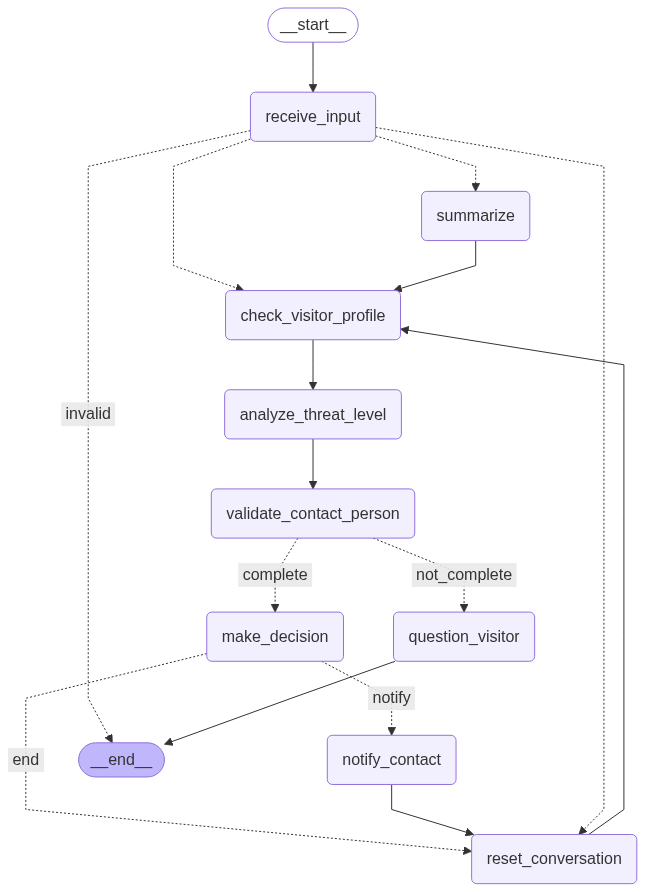
Before: text_agent/security_gate_diagram.png, a diagram exported from Mermaid (01HakanGunes/gatekeeper). Its source is kept beside it as text_agent/security_gate_diagram.mmd.
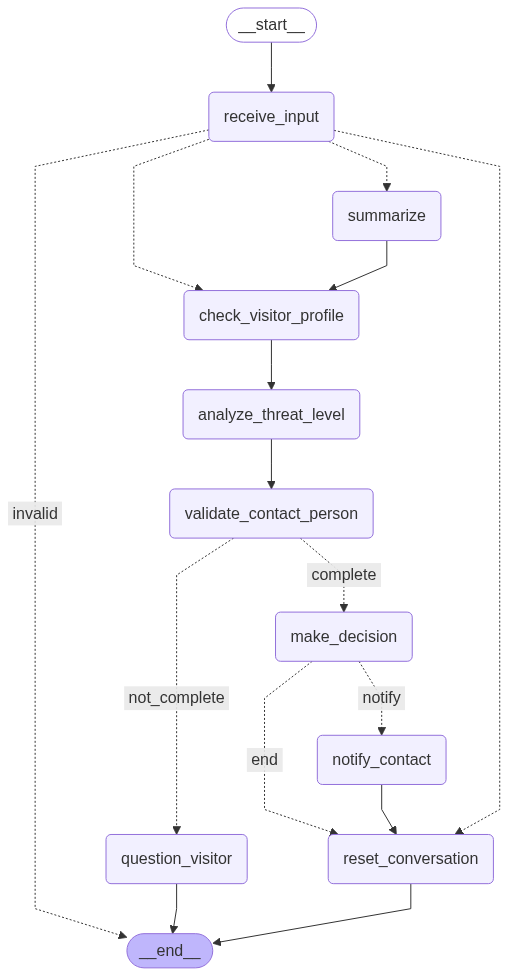
Later version of the same file.

Diff of the diagram source:
```diff
@@ -25,11 +25,11 @@
 	receive_input -.-> check_visitor_profile;
 	receive_input -.-> reset_conversation;
 	receive_input -.-> summarize;
-	reset_conversation --> check_visitor_profile;
 	summarize --> check_visitor_profile;
 	validate_contact_person -. &nbsp;complete&nbsp; .-> make_decision;
 	validate_contact_person -. &nbsp;not_complete&nbsp; .-> question_visitor;
 	question_visitor --> __end__;
+	reset_conversation --> __end__;
 	classDef default fill:#f2f0ff,line-height:1.2
 	classDef first fill-opacity:0
 	classDef last fill:#bfb6fc
```
